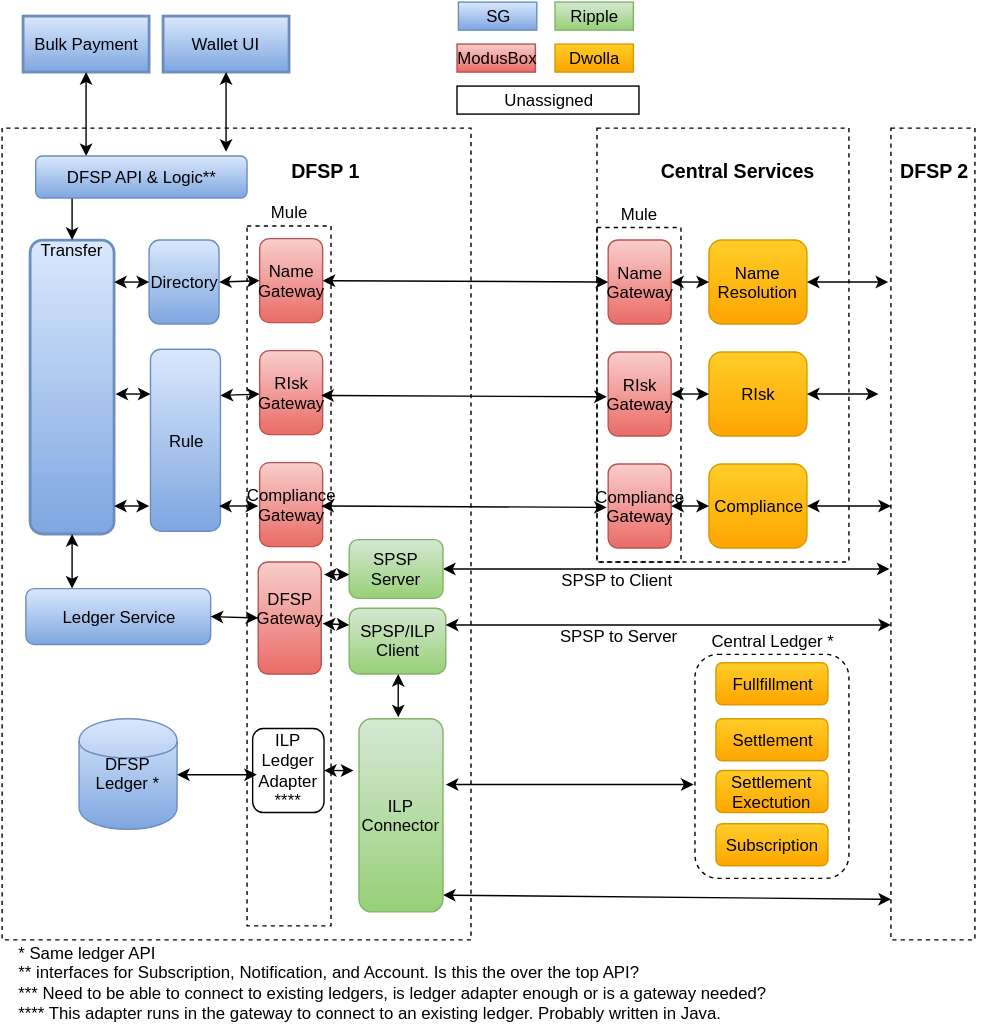
This is Wiki/Top Level Architecture.svg from maduhu/Documentation, a draw.io export, as it was before one commit. Source tidied: cells renumbered, new cells last; positions are measured from the earlier drawing's top-left corner, leaving out a move shared by most shapes.
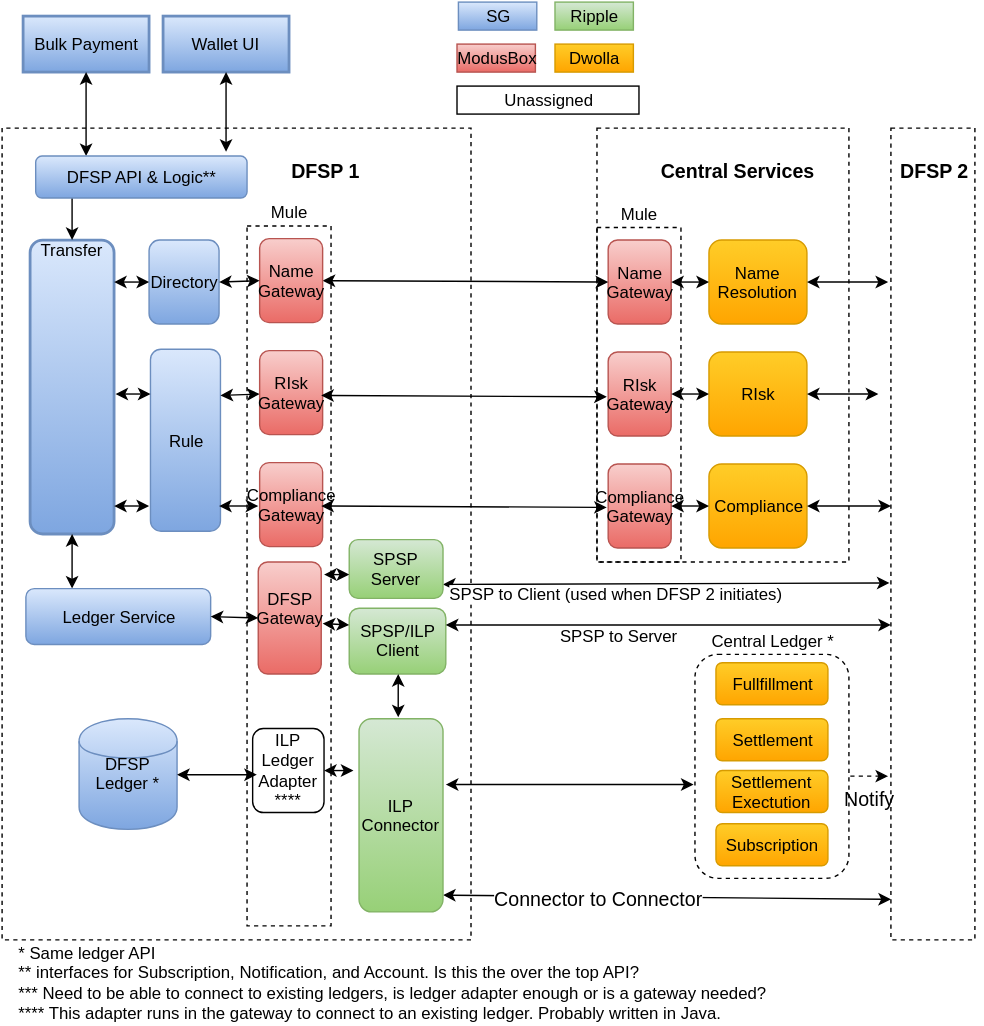
The same file after the commit.

What changed in the source:
```diff
@@ -50,10 +50,10 @@
     <mxCell id="15" value="&lt;div&gt;* Same ledger API&lt;/div&gt;&lt;div&gt;** interfaces for Subscription, Notification, and Account. Is this the over the top API?&lt;/div&gt;&lt;div&gt;*** Need to be able to connect to existing ledgers, is ledger adapter enough or is a gateway needed?&lt;/div&gt;&lt;div&gt;**** This adapter runs in the gateway to connect to an existing ledger. Probably written in Java.&lt;/div&gt;" style="text;html=1;align=left;verticalAlign=top;spacingTop=-4;" parent="1" vertex="1">
       <mxGeometry x="10" y="670" width="550" height="60" as="geometry" />
     </mxCell>
-    <mxCell id="16" style="endArrow=classic;startArrow=classic;html=1;exitX=1;exitY=0.5;entryX=-0.017;entryY=0.543;entryPerimeter=0;" parent="1" edge="1" source="60" target="39">
+    <mxCell id="16" style="endArrow=classic;startArrow=classic;html=1;exitX=1;exitY=0.75;entryX=-0.017;entryY=0.56;entryPerimeter=0;" parent="1" edge="1" source="60" target="39">
       <mxGeometry x="-40" y="539" as="geometry" />
     </mxCell>
-    <mxCell id="17" value="SPSP to Client" style="text;html=1;align=center;verticalAlign=middle;labelBackgroundColor=#ffffff;" parent="16" vertex="1">
+    <mxCell id="17" value="&lt;div align=&quot;right&quot;&gt;SPSP to Client (used when DFSP 2 initiates)&lt;/div&gt;" style="text;html=1;align=center;verticalAlign=middle;labelBackgroundColor=#ffffff;" parent="16" vertex="1">
       <mxGeometry relative="1" as="geometry">
         <mxPoint x="-36" y="7" as="offset" />
       </mxGeometry>
@@ -212,6 +212,11 @@
         <mxPoint x="635" y="641" as="targetPoint" />
       </mxGeometry>
     </mxCell>
+    <mxCell id="75" value="Connector to Connector" style="text;html=1;align=center;verticalAlign=middle;labelBackgroundColor=#ffffff;fontSize=14;" parent="57" vertex="1">
+      <mxGeometry relative="1" as="geometry">
+        <mxPoint x="-49" y="1" as="offset" />
+      </mxGeometry>
+    </mxCell>
     <mxCell id="58" value="DFSP 1" style="text;html=1;align=left;verticalAlign=top;spacingTop=-4;fontStyle=1;fontSize=14;" parent="1" vertex="1">
       <mxGeometry x="205" y="110" width="60" height="20" as="geometry" />
     </mxCell>
@@ -276,5 +281,11 @@
     <mxCell id="74" value="DFSP 2" style="text;html=1;align=left;verticalAlign=top;spacingTop=-4;fontStyle=1;fontSize=14;" parent="1" vertex="1">
       <mxGeometry x="640" y="110" width="60" height="20" as="geometry" />
     </mxCell>
+    <mxCell id="76" style="endArrow=classic;html=1;fontSize=14;dashed=1;entryX=-0.033;entryY=0.798;entryPerimeter=0;exitX=1.009;exitY=0.544;exitPerimeter=0;" parent="1" edge="1" source="4" target="39">
+      <mxGeometry relative="1" as="geometry" />
+    </mxCell>
+    <mxCell id="77" value="Notify" style="text;html=1;align=left;verticalAlign=top;spacingTop=-4;fontSize=14;" parent="1" vertex="1">
+      <mxGeometry x="600" y="559" width="50" height="20" as="geometry" />
+    </mxCell>
   </root>
 </mxGraphModel>
```
